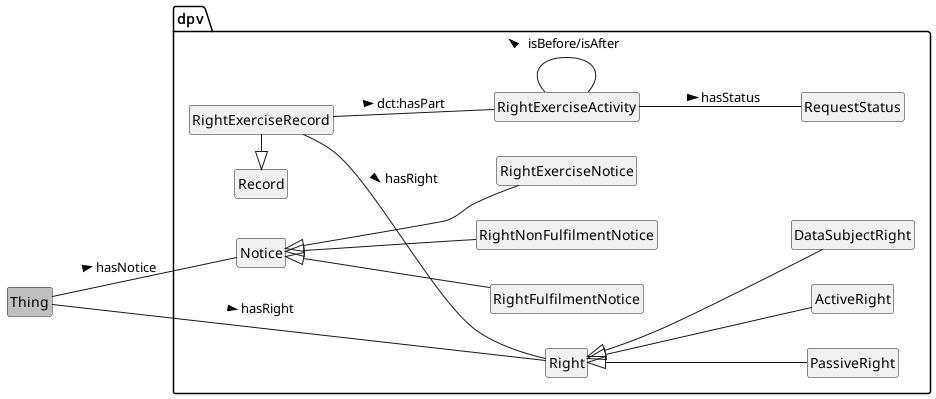
Before: diagrams/rights.png, a diagram exported from PlantUML (jeswr/dpv). Its source is kept beside it as 2.0/diagrams/plantuml/rights.plantuml.
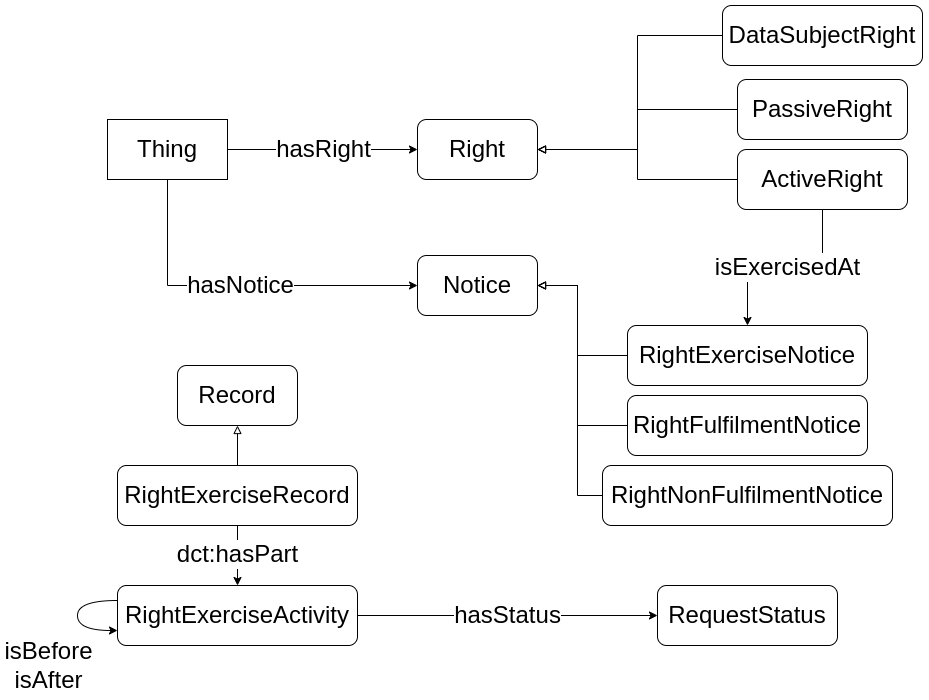
After the commit.

What changed in the source:
```diff
@@ -17,13 +17,12 @@
 	class RightExerciseActivity
 	class RequestStatus
 }
-Thing -d- Right : hasRight >
+Thing -- Right : hasRight >
 Thing -- Notice : hasNotice >
 
 Right <|-d- DataSubjectRight
 Right <|-d- PassiveRight
 Right <|-d- ActiveRight
-ActiveRight -- RightExerciseNotice : isExercisedAt >
 
 Notice <|-d- RightExerciseNotice
 Notice <|-d- RightFulfilmentNotice
```
